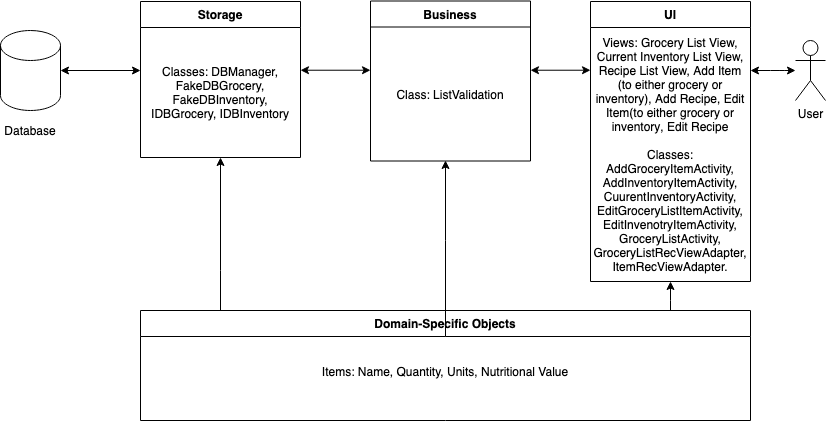
Earlier version of the draw.io export architecture.png (ShahzaibParacha/SmartKitchen). Source tidied: cells renumbered, new cells last; positions are measured from the earlier drawing's top-left corner, leaving out a move shared by most shapes.
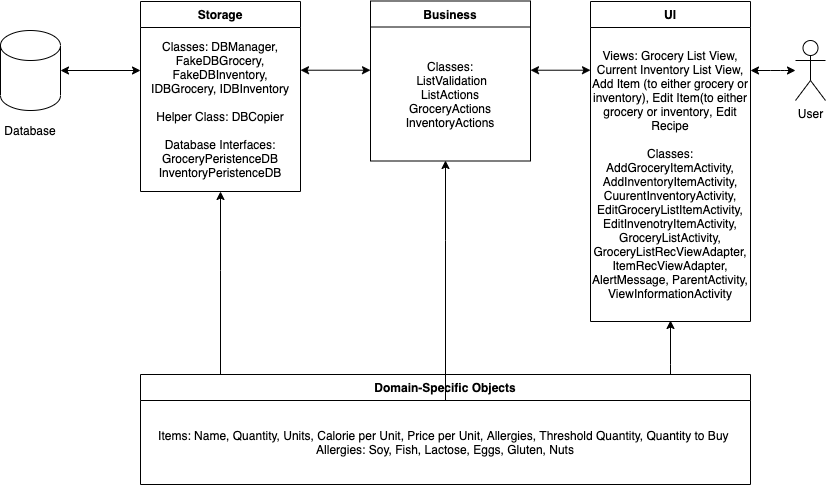
The same diagram one commit later.

Commit message:
This commit: Adds a modified architecture diagram

Diff of the diagram source:
```diff
@@ -5,20 +5,20 @@
     <mxCell id="2" value="Business" style="swimlane;fontStyle=1;align=center;verticalAlign=top;horizontal=1;startSize=26;rounded=0;shadow=0;strokeWidth=1;" parent="1" vertex="1">
       <mxGeometry x="370" y="0.5" width="160" height="160" as="geometry" />
     </mxCell>
-    <mxCell id="3" value="Class: ListValidation" style="text;html=1;strokeColor=none;fillColor=none;align=center;verticalAlign=middle;whiteSpace=wrap;rounded=0;" parent="2" vertex="1">
+    <mxCell id="3" value="Classes:&lt;br&gt;&amp;nbsp;ListValidation&lt;br&gt;ListActions&lt;br&gt;GroceryActions&lt;br&gt;InventoryActions" style="text;html=1;strokeColor=none;fillColor=none;align=center;verticalAlign=middle;whiteSpace=wrap;rounded=0;" parent="2" vertex="1">
       <mxGeometry y="26" width="160" height="134" as="geometry" />
     </mxCell>
     <mxCell id="4" value="Storage" style="swimlane;fontStyle=1;align=center;verticalAlign=top;horizontal=1;startSize=26;rounded=0;shadow=0;strokeWidth=1;" parent="1" vertex="1">
-      <mxGeometry x="140" y="1" width="160" height="156" as="geometry" />
+      <mxGeometry x="140" y="1" width="160" height="190" as="geometry" />
     </mxCell>
-    <mxCell id="5" value="Classes: DBManager, FakeDBGrocery, FakeDBInventory, IDBGrocery, IDBInventory" style="text;html=1;strokeColor=none;fillColor=none;align=center;verticalAlign=middle;whiteSpace=wrap;rounded=0;" parent="4" vertex="1">
-      <mxGeometry y="26" width="160" height="130" as="geometry" />
+    <mxCell id="5" value="Classes: DBManager, FakeDBGrocery, FakeDBInventory, IDBGrocery, IDBInventory&lt;br&gt;&lt;br&gt;Helper Class: DBCopier&lt;br&gt;&lt;br&gt;Database Interfaces:&lt;br&gt;GroceryPeristenceDB&lt;br&gt;InventoryPeristenceDB" style="text;html=1;strokeColor=none;fillColor=none;align=center;verticalAlign=middle;whiteSpace=wrap;rounded=0;" parent="4" vertex="1">
+      <mxGeometry y="26" width="160" height="164" as="geometry" />
     </mxCell>
     <mxCell id="6" value="UI" style="swimlane;fontStyle=1;align=center;verticalAlign=top;horizontal=1;startSize=26;rounded=0;shadow=0;strokeWidth=1;" parent="1" vertex="1">
-      <mxGeometry x="590" y="1" width="160" height="280" as="geometry" />
+      <mxGeometry x="590" y="1" width="160" height="320" as="geometry" />
     </mxCell>
-    <mxCell id="7" value="&lt;span&gt;Views: Grocery List View, Current Inventory List View, Recipe List View, Add Item (to either grocery or inventory), Add Recipe, Edit Item&lt;/span&gt;(to either grocery or inventory&lt;span&gt;, Edit Recipe&lt;br&gt;&lt;br&gt;Classes: AddGroceryItemActivity, AddInventoryItemActivity, CuurentInventoryActivity, EditGroceryListItemActivity, EditInvenotryItemActivity, GroceryListActivity, GroceryListRecViewAdapter, ItemRecViewAdapter.&lt;/span&gt;&lt;span&gt;&lt;br&gt;&lt;/span&gt;" style="text;html=1;strokeColor=none;fillColor=none;align=center;verticalAlign=middle;whiteSpace=wrap;rounded=0;" parent="6" vertex="1">
-      <mxGeometry y="26" width="160" height="254" as="geometry" />
+    <mxCell id="7" value="&lt;span&gt;Views: Grocery List View, Current Inventory List View, Add Item (to either grocery or inventory), Edit Item&lt;/span&gt;(to either grocery or inventory&lt;span&gt;, Edit Recipe&lt;br&gt;&lt;br&gt;Classes: AddGroceryItemActivity, AddInventoryItemActivity, CuurentInventoryActivity, EditGroceryListItemActivity, EditInvenotryItemActivity, GroceryListActivity, GroceryListRecViewAdapter, ItemRecViewAdapter, AlertMessage, ParentActivity, ViewInformationActivity&lt;/span&gt;&lt;span&gt;&lt;br&gt;&lt;/span&gt;" style="text;html=1;strokeColor=none;fillColor=none;align=center;verticalAlign=middle;whiteSpace=wrap;rounded=0;" parent="6" vertex="1">
+      <mxGeometry y="26" width="160" height="294" as="geometry" />
     </mxCell>
     <mxCell id="8" style="shape=cylinder3;whiteSpace=wrap;html=1;boundedLbl=1;backgroundOutline=1;size=15;" parent="1" vertex="1">
       <mxGeometry y="30" width="60" height="80" as="geometry" />
@@ -62,21 +62,22 @@
         </Array>
       </mxGeometry>
     </mxCell>
-    <mxCell id="16" style="edgeStyle=orthogonalEdgeStyle;rounded=0;jettySize=auto;html=1;entryX=0.5;entryY=1;entryDx=0;entryDy=0;" parent="1" edge="1" source="17" target="7">
+    <mxCell id="16" style="edgeStyle=orthogonalEdgeStyle;rounded=0;jettySize=auto;html=1;" parent="1" edge="1" source="17">
       <mxGeometry relative="1" as="geometry">
+        <mxPoint x="670" y="320" as="targetPoint" />
         <Array as="points">
-          <mxPoint x="670" y="300" />
-          <mxPoint x="670" y="300" />
+          <mxPoint x="670" y="364" />
+          <mxPoint x="670" y="364" />
         </Array>
       </mxGeometry>
     </mxCell>
     <mxCell id="17" value="Domain-Specific Objects" style="swimlane;fontStyle=1;align=center;verticalAlign=top;horizontal=1;startSize=26;rounded=0;shadow=0;strokeWidth=1;" parent="1" vertex="1">
-      <mxGeometry x="140" y="310" width="610" height="110" as="geometry" />
+      <mxGeometry x="140" y="374" width="610" height="110" as="geometry" />
     </mxCell>
     <mxCell id="18" style="edgeStyle=orthogonalEdgeStyle;rounded=0;orthogonalLoop=1;jettySize=auto;html=1;exitX=0.5;exitY=1;exitDx=0;exitDy=0;" parent="17" edge="1" source="19" target="19">
       <mxGeometry relative="1" as="geometry" />
     </mxCell>
-    <mxCell id="19" value="Items: Name, Quantity, Units, Nutritional Value&lt;br&gt;&lt;br&gt;" style="text;html=1;strokeColor=none;fillColor=none;align=center;verticalAlign=middle;whiteSpace=wrap;rounded=0;" parent="17" vertex="1">
+    <mxCell id="19" value="Items: Name, Quantity, Units, Calorie per Unit, Price per Unit, Allergies, Threshold Quantity, Quantity to Buy&amp;nbsp;&lt;br&gt;Allergies: Soy, Fish, Lactose, Eggs, Gluten, Nuts" style="text;html=1;strokeColor=none;fillColor=none;align=center;verticalAlign=middle;whiteSpace=wrap;rounded=0;" parent="17" vertex="1">
       <mxGeometry y="26" width="610" height="84" as="geometry" />
     </mxCell>
     <mxCell id="20" style="edgeStyle=orthogonalEdgeStyle;rounded=0;jettySize=auto;html=1;" parent="1" edge="1" source="19">
```
